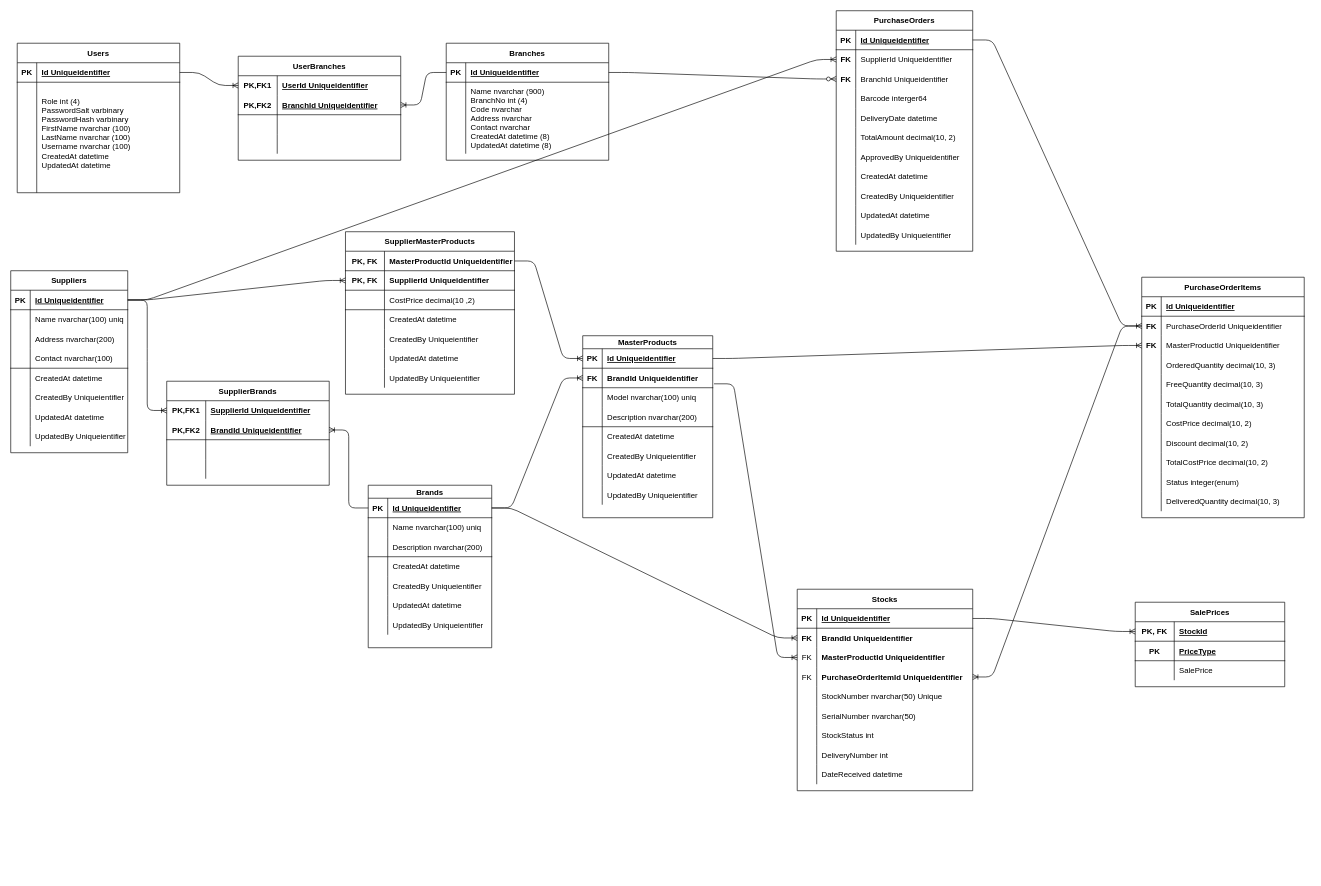
inyormanjr/CA.ERP keeps this draw.io diagram as diagrams/Database Diagram.drawio. Above is the earlier version. Source tidied: cells renumbered, new cells numbered last; positions are measured from the earlier drawing's top-left corner, leaving out a move shared by most shapes. Both pictures are drawn from the tidied source at 65%, with x=0, y=0 at pixel (10, 10).
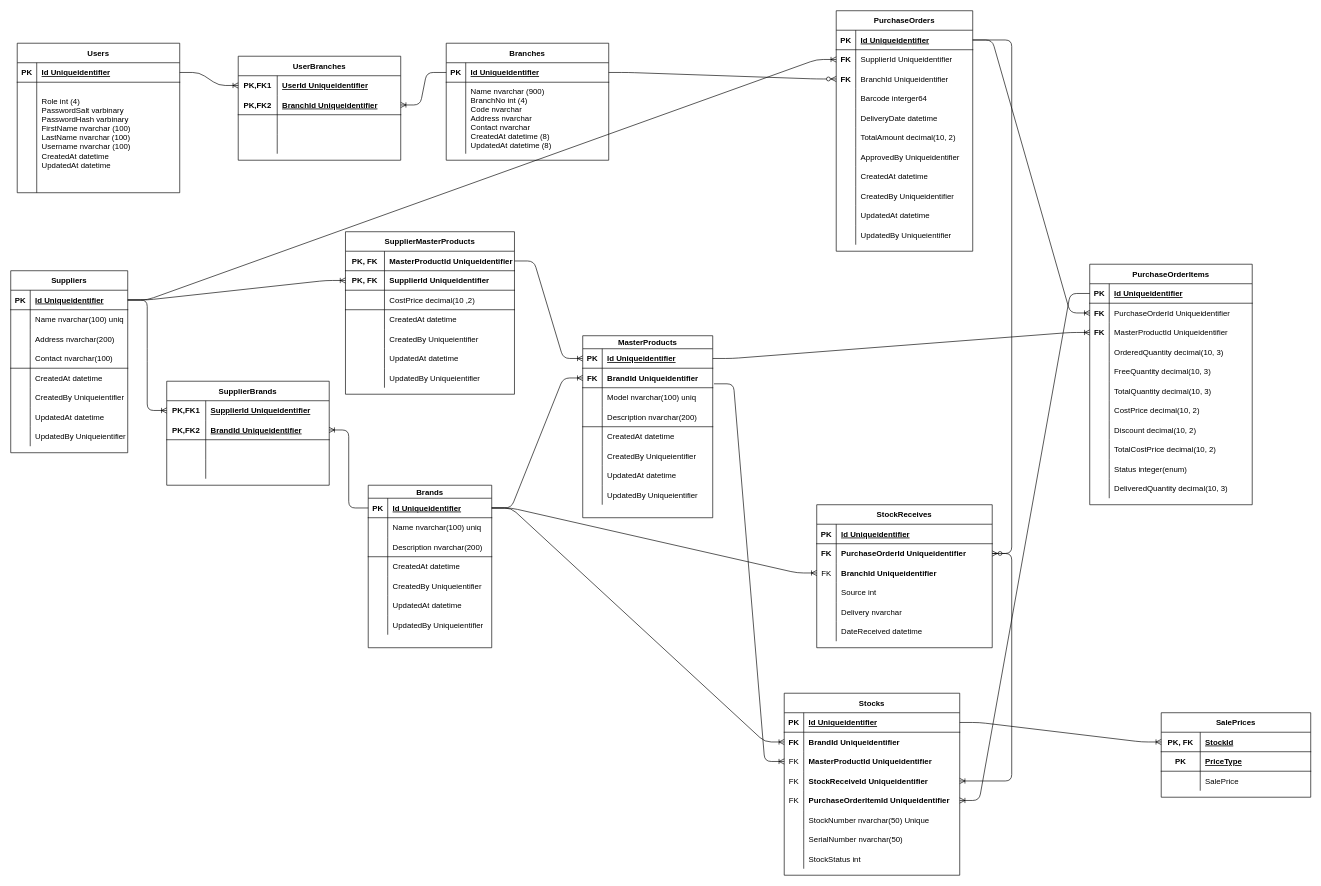
After the change.

The change refers to these unchanged cells:
```xml
<mxCell id="57" style="shape=partialRectangle;fillColor=none;top=0;left=0;bottom=1;right=0;points=[[0,0.5],[1,0.5]];portConstraint=eastwest;" parent="56" vertex="1">
  <mxGeometry y="20" width="190" height="30" as="geometry" />
</mxCell>
<mxCell id="120" style="shape=partialRectangle;fillColor=none;top=0;left=0;bottom=1;right=0;points=[[0,0.5],[1,0.5]];portConstraint=eastwest;fontStyle=1;" parent="116" vertex="1">
  <mxGeometry y="50" width="200" height="30" as="geometry" />
</mxCell>
<mxCell id="144" style="shape=partialRectangle;fillColor=none;top=0;left=0;bottom=1;right=0;points=[[0,0.5],[1,0.5]];portConstraint=eastwest;" parent="143" vertex="1">
  <mxGeometry y="30" width="210" height="30" as="geometry" />
</mxCell>
<mxCell id="180" style="shape=partialRectangle;fillColor=none;top=0;left=0;bottom=1;right=0;points=[[0,0.5],[1,0.5]];portConstraint=eastwest;" parent="179" vertex="1">
  <mxGeometry y="30" width="250" height="30" as="geometry" />
</mxCell>
<mxCell id="183" style="shape=partialRectangle;fillColor=none;top=0;left=0;bottom=0;right=0;points=[[0,0.5],[1,0.5]];portConstraint=eastwest;" parent="179" vertex="1">
  <mxGeometry y="60" width="250" height="30" as="geometry" />
</mxCell>
<mxCell id="222" style="shape=partialRectangle;fillColor=none;top=0;left=0;bottom=0;right=0;points=[[0,0.5],[1,0.5]];portConstraint=eastwest;" parent="215" vertex="1">
  <mxGeometry y="90" width="270" height="30" as="geometry" />
</mxCell>
```

The edit, as a diff of the source:
```diff
@@
     <mxCell id="179" value="PurchaseOrderItems" style="shape=table;startSize=30;childLayout=tableLayout;rowLines=0;fontStyle=1;align=center;" parent="1" vertex="1">
-      <mxGeometry x="1740" y="410" width="250" height="370" as="geometry" />
+      <mxGeometry x="1660" y="390" width="250" height="370" as="geometry" />
     </mxCell>
@@
     <mxCell id="215" value="Stocks" style="shape=table;startSize=30;childLayout=tableLayout;rowLines=0;fontStyle=1;align=center;" parent="1" vertex="1">
-      <mxGeometry x="1210" y="890" width="270" height="310" as="geometry" />
+      <mxGeometry x="1190" y="1050" width="270" height="280" as="geometry" />
     </mxCell>
@@
-    <mxCell id="225" style="shape=partialRectangle;fillColor=none;top=0;left=0;bottom=0;right=0;points=[[0,0.5],[1,0.5]];portConstraint=eastwest;" parent="215" vertex="1">
-      <mxGeometry y="120" width="270" height="30" as="geometry" />
-    </mxCell>
-    <mxCell id="226" value="FK" style="shape=partialRectangle;fillColor=none;top=0;left=0;bottom=0;right=0;overflow=hidden;" parent="225" vertex="1">
-      <mxGeometry width="30" height="30" as="geometry" />
-    </mxCell>
+    <mxCell id="257" style="shape=partialRectangle;fillColor=none;top=0;left=0;bottom=0;right=0;points=[[0,0.5],[1,0.5]];portConstraint=eastwest;" parent="215" vertex="1">
+      <mxGeometry y="120" width="270" height="30" as="geometry" />
+    </mxCell>
+    <mxCell id="258" value="FK" style="shape=partialRectangle;fillColor=none;top=0;left=0;bottom=0;right=0;overflow=hidden;" parent="257" vertex="1">
+      <mxGeometry width="30" height="30" as="geometry" />
+    </mxCell>
+    <mxCell id="259" value="StockReceiveId Uniqueidentifier" style="shape=partialRectangle;fillColor=none;top=0;left=0;bottom=0;right=0;align=left;spacingLeft=6;overflow=hidden;fontStyle=1;" parent="257" vertex="1">
+      <mxGeometry x="30" width="240" height="30" as="geometry" />
+    </mxCell>
+    <mxCell id="260" style="shape=partialRectangle;fillColor=none;top=0;left=0;bottom=0;right=0;points=[[0,0.5],[1,0.5]];portConstraint=eastwest;" parent="215" vertex="1">
+      <mxGeometry y="150" width="270" height="30" as="geometry" />
+    </mxCell>
+    <mxCell id="261" value="FK" style="shape=partialRectangle;fillColor=none;top=0;left=0;bottom=0;right=0;overflow=hidden;" parent="260" vertex="1">
+      <mxGeometry width="30" height="30" as="geometry" />
+    </mxCell>
-    <mxCell id="227" value="PurchaseOrderItemId Uniqueidentifier" style="shape=partialRectangle;fillColor=none;top=0;left=0;bottom=0;right=0;align=left;spacingLeft=6;overflow=hidden;fontStyle=1;" parent="225" vertex="1">
+    <mxCell id="227" value="PurchaseOrderItemId Uniqueidentifier" style="shape=partialRectangle;fillColor=none;top=0;left=0;bottom=0;right=0;align=left;spacingLeft=6;overflow=hidden;fontStyle=1;" parent="260" vertex="1">
       <mxGeometry x="30" width="240" height="30" as="geometry" />
     </mxCell>
     <mxCell id="228" style="shape=partialRectangle;fillColor=none;top=0;left=0;bottom=0;right=0;" parent="215" vertex="1">
-      <mxGeometry y="150" width="270" height="30" as="geometry" />
+      <mxGeometry y="180" width="270" height="30" as="geometry" />
     </mxCell>
@@
     <mxCell id="231" style="shape=partialRectangle;fillColor=none;top=0;left=0;bottom=0;right=0;" parent="215" vertex="1">
-      <mxGeometry y="180" width="270" height="30" as="geometry" />
+      <mxGeometry y="210" width="270" height="30" as="geometry" />
     </mxCell>
@@
     <mxCell id="234" style="shape=partialRectangle;fillColor=none;top=0;left=0;bottom=0;right=0;" parent="215" vertex="1">
-      <mxGeometry y="210" width="270" height="30" as="geometry" />
+      <mxGeometry y="240" width="270" height="30" as="geometry" />
     </mxCell>
@@
-    <mxCell id="237" style="shape=partialRectangle;fillColor=none;top=0;left=0;bottom=0;right=0;" parent="215" vertex="1">
-      <mxGeometry y="240" width="270" height="30" as="geometry" />
-    </mxCell>
-    <mxCell id="238" style="shape=partialRectangle;fillColor=none;top=0;left=0;bottom=0;right=0;overflow=hidden;" parent="237" vertex="1">
-      <mxGeometry width="30" height="30" as="geometry" />
-    </mxCell>
-    <mxCell id="239" value="DeliveryNumber int" style="shape=partialRectangle;fillColor=none;top=0;left=0;bottom=0;right=0;align=left;spacingLeft=6;overflow=hidden;" parent="237" vertex="1">
-      <mxGeometry x="30" width="240" height="30" as="geometry" />
-    </mxCell>
-    <mxCell id="240" style="shape=partialRectangle;fillColor=none;top=0;left=0;bottom=0;right=0;" parent="215" vertex="1">
-      <mxGeometry y="270" width="270" height="30" as="geometry" />
-    </mxCell>
-    <mxCell id="241" style="shape=partialRectangle;fillColor=none;top=0;left=0;bottom=0;right=0;overflow=hidden;" parent="240" vertex="1">
-      <mxGeometry width="30" height="30" as="geometry" />
-    </mxCell>
-    <mxCell id="242" value="DateReceived datetime" style="shape=partialRectangle;fillColor=none;top=0;left=0;bottom=0;right=0;align=left;spacingLeft=6;overflow=hidden;" parent="240" vertex="1">
-      <mxGeometry x="30" width="240" height="30" as="geometry" />
-    </mxCell>
     <mxCell id="243" value="SalePrices" style="shape=table;startSize=30;childLayout=tableLayout;rowLines=0;fontStyle=1;align=center;" parent="1" vertex="1">
-      <mxGeometry x="1730" y="910" width="230" height="130" as="geometry" />
+      <mxGeometry x="1770" y="1080" width="230" height="130" as="geometry" />
     </mxCell>
@@
-    <mxCell id="255" style="edgeStyle=entityRelationEdgeStyle;fontSize=12;html=1;endArrow=ERoneToMany;exitX=1.01;exitY=0.8;exitDx=0;exitDy=0;exitPerimeter=0;entryX=0;entryY=0.5;entryDx=0;entryDy=0;" parent="1" edge="1" source="120" target="222">
+    <mxCell id="255" style="edgeStyle=entityRelationEdgeStyle;fontSize=12;html=1;endArrow=ERoneToMany;exitX=1.01;exitY=0.8;exitDx=0;exitDy=0;exitPerimeter=0;" parent="1" edge="1" source="120" target="222">
       <mxGeometry relative="1" as="geometry" />
     </mxCell>
-    <mxCell id="256" style="edgeStyle=entityRelationEdgeStyle;fontSize=12;html=1;endArrow=ERoneToMany;entryX=1;entryY=0.5;entryDx=0;entryDy=0;" parent="1" edge="1" source="183" target="225">
-      <mxGeometry relative="1" as="geometry" />
-    </mxCell>
+    <mxCell id="262" value="StockReceives" style="shape=table;startSize=30;childLayout=tableLayout;rowLines=0;fontStyle=1;align=center;" parent="1" vertex="1">
+      <mxGeometry x="1240" y="760" width="270" height="220" as="geometry" />
+    </mxCell>
+    <mxCell id="263" style="shape=partialRectangle;fillColor=none;top=0;left=0;bottom=1;right=0;" parent="262" vertex="1">
+      <mxGeometry y="30" width="270" height="30" as="geometry" />
+    </mxCell>
+    <mxCell id="264" value="PK" style="shape=partialRectangle;fillColor=none;top=0;left=0;bottom=0;right=0;fontStyle=1;overflow=hidden;" parent="263" vertex="1">
+      <mxGeometry width="30" height="30" as="geometry" />
+    </mxCell>
+    <mxCell id="265" value="Id Uniqueidentifier" style="shape=partialRectangle;fillColor=none;top=0;left=0;bottom=0;right=0;align=left;spacingLeft=6;fontStyle=5;overflow=hidden;" parent="263" vertex="1">
+      <mxGeometry x="30" width="240" height="30" as="geometry" />
+    </mxCell>
+    <mxCell id="266" style="shape=partialRectangle;fillColor=none;top=0;left=0;bottom=0;right=0;points=[[0,0.5],[1,0.5]];portConstraint=eastwest;" parent="262" vertex="1">
+      <mxGeometry y="60" width="270" height="30" as="geometry" />
+    </mxCell>
+    <mxCell id="267" value="FK" style="shape=partialRectangle;fillColor=none;top=0;left=0;bottom=0;right=0;overflow=hidden;fontStyle=1;" parent="266" vertex="1">
+      <mxGeometry width="30" height="30" as="geometry" />
+    </mxCell>
+    <mxCell id="268" value="PurchaseOrderId Uniqueidentifier" style="shape=partialRectangle;fillColor=none;top=0;left=0;bottom=0;right=0;align=left;spacingLeft=6;overflow=hidden;fontStyle=1;" parent="266" vertex="1">
+      <mxGeometry x="30" width="240" height="30" as="geometry" />
+    </mxCell>
+    <mxCell id="269" style="shape=partialRectangle;fillColor=none;top=0;left=0;bottom=0;right=0;points=[[0,0.5],[1,0.5]];portConstraint=eastwest;" parent="262" vertex="1">
+      <mxGeometry y="90" width="270" height="30" as="geometry" />
+    </mxCell>
+    <mxCell id="270" value="FK" style="shape=partialRectangle;fillColor=none;top=0;left=0;bottom=0;right=0;overflow=hidden;" parent="269" vertex="1">
+      <mxGeometry width="30" height="30" as="geometry" />
+    </mxCell>
+    <mxCell id="271" value="BranchId Uniqueidentifier" style="shape=partialRectangle;fillColor=none;top=0;left=0;bottom=0;right=0;align=left;spacingLeft=6;overflow=hidden;fontStyle=1;" parent="269" vertex="1">
+      <mxGeometry x="30" width="240" height="30" as="geometry" />
+    </mxCell>
+    <mxCell id="272" style="shape=partialRectangle;fillColor=none;top=0;left=0;bottom=0;right=0;" parent="262" vertex="1">
+      <mxGeometry y="120" width="270" height="30" as="geometry" />
+    </mxCell>
+    <mxCell id="273" style="shape=partialRectangle;fillColor=none;top=0;left=0;bottom=0;right=0;overflow=hidden;" parent="272" vertex="1">
+      <mxGeometry width="30" height="30" as="geometry" />
+    </mxCell>
+    <mxCell id="274" value="Source int" style="shape=partialRectangle;fillColor=none;top=0;left=0;bottom=0;right=0;align=left;spacingLeft=6;overflow=hidden;" parent="272" vertex="1">
+      <mxGeometry x="30" width="240" height="30" as="geometry" />
+    </mxCell>
+    <mxCell id="275" style="shape=partialRectangle;fillColor=none;top=0;left=0;bottom=0;right=0;" parent="262" vertex="1">
+      <mxGeometry y="150" width="270" height="30" as="geometry" />
+    </mxCell>
+    <mxCell id="276" style="shape=partialRectangle;fillColor=none;top=0;left=0;bottom=0;right=0;overflow=hidden;" parent="275" vertex="1">
+      <mxGeometry width="30" height="30" as="geometry" />
+    </mxCell>
+    <mxCell id="277" value="Delivery nvarchar " style="shape=partialRectangle;fillColor=none;top=0;left=0;bottom=0;right=0;align=left;spacingLeft=6;overflow=hidden;" parent="275" vertex="1">
+      <mxGeometry x="30" width="240" height="30" as="geometry" />
+    </mxCell>
+    <mxCell id="278" style="shape=partialRectangle;fillColor=none;top=0;left=0;bottom=0;right=0;" parent="262" vertex="1">
+      <mxGeometry y="180" width="270" height="30" as="geometry" />
+    </mxCell>
+    <mxCell id="279" style="shape=partialRectangle;fillColor=none;top=0;left=0;bottom=0;right=0;overflow=hidden;" parent="278" vertex="1">
+      <mxGeometry width="30" height="30" as="geometry" />
+    </mxCell>
+    <mxCell id="242" value="DateReceived datetime" style="shape=partialRectangle;fillColor=none;top=0;left=0;bottom=0;right=0;align=left;spacingLeft=6;overflow=hidden;" parent="278" vertex="1">
+      <mxGeometry x="30" width="240" height="30" as="geometry" />
+    </mxCell>
+    <mxCell id="280" style="edgeStyle=entityRelationEdgeStyle;fontSize=12;html=1;endArrow=ERzeroToMany;endFill=1;" parent="1" edge="1" source="144" target="266">
+      <mxGeometry relative="1" as="geometry" />
+    </mxCell>
+    <mxCell id="281" style="edgeStyle=entityRelationEdgeStyle;fontSize=12;html=1;endArrow=ERoneToMany;" parent="1" edge="1" source="57" target="269">
+      <mxGeometry relative="1" as="geometry" />
+    </mxCell>
+    <mxCell id="282" style="edgeStyle=entityRelationEdgeStyle;fontSize=12;html=1;endArrow=ERoneToMany;" parent="1" edge="1" source="266" target="257">
+      <mxGeometry relative="1" as="geometry" />
+    </mxCell>
+    <mxCell id="283" style="edgeStyle=entityRelationEdgeStyle;fontSize=12;html=1;endArrow=ERoneToMany;" parent="1" edge="1" source="180" target="260">
+      <mxGeometry relative="1" as="geometry" />
+    </mxCell>
```
